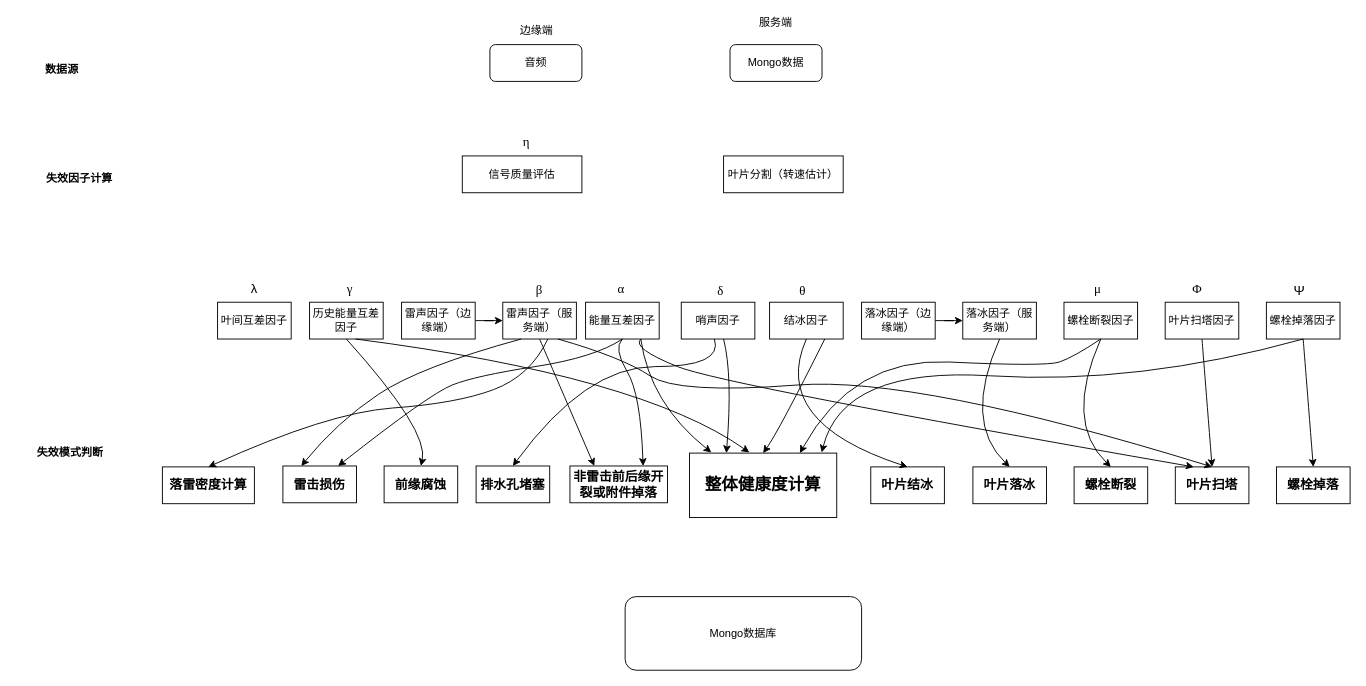
Earlier version of the draw.io diagram doc/Untitled Diagram.drawio (Davidlee2017/aria2). Source tidied: cells renumbered, new cells numbered last; positions are measured from the earlier drawing's top-left corner, leaving out a move shared by most shapes. Both pictures are drawn from the tidied source at 92%, with x=0, y=0 at pixel (15, 17).
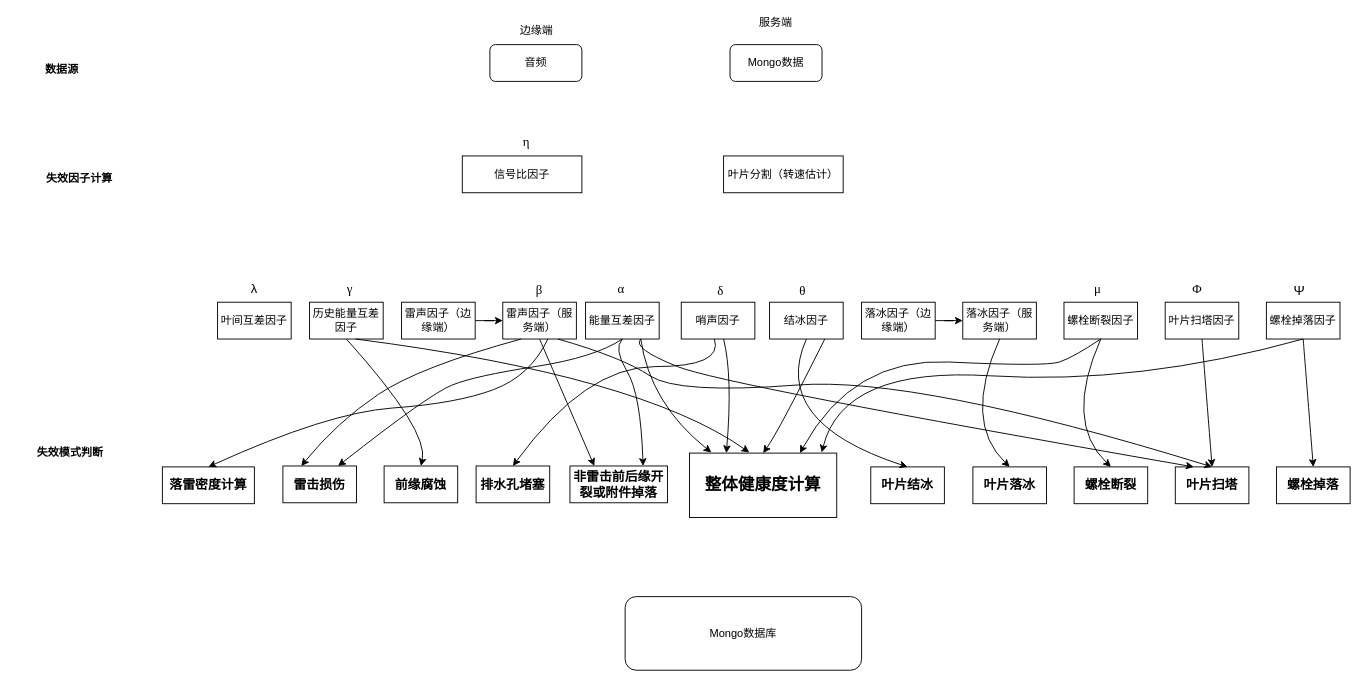
The same page after the edit.

What changed in the source:
```diff
@@
-    <mxCell id="2" value="信号质量评估" style="rounded=0;whiteSpace=wrap;html=1;" parent="1" vertex="1">
+    <mxCell id="2" value="信号比因子" style="rounded=0;whiteSpace=wrap;html=1;" parent="1" vertex="1">
       <mxGeometry x="486" y="151" width="130" height="40" as="geometry" />
     </mxCell>
```
